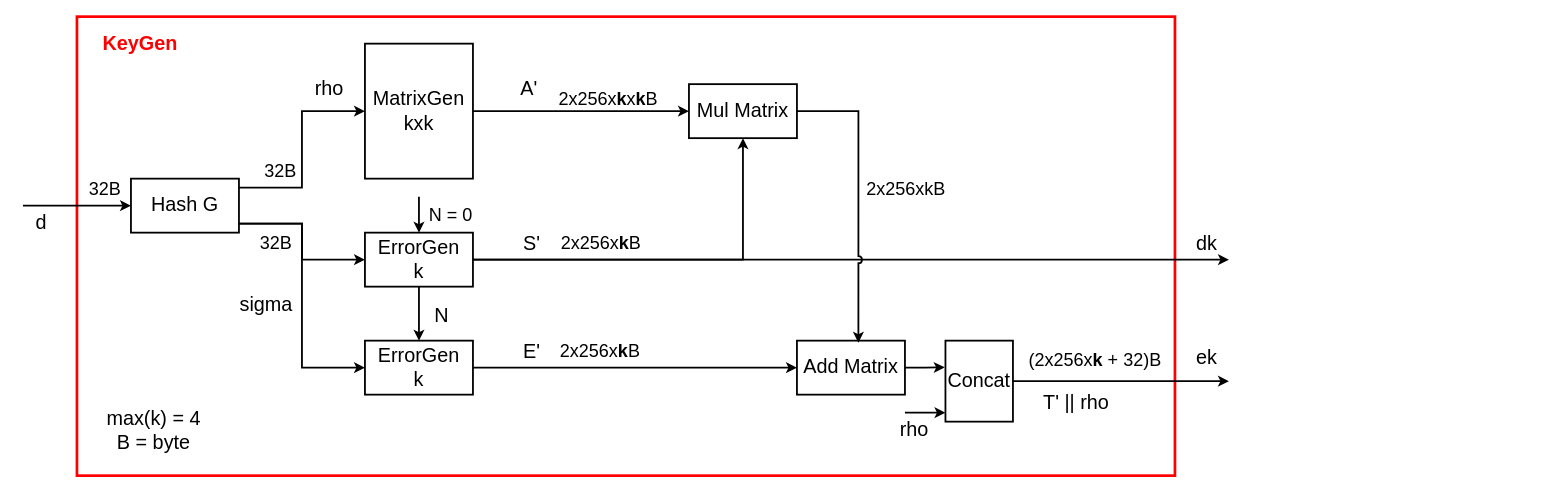
Winxkin/KyberV keeps this draw.io diagram as page "KeyGen" (2 of 4) of docs/design/KyberV.drawio. Above is the earlier version. Source tidied: cells renumbered, new cells numbered last; positions are measured from the earlier drawing's top-left corner, leaving out a move shared by most shapes. Both pictures are drawn from the tidied source at 90%, with x=0, y=0 at pixel (22, 16).
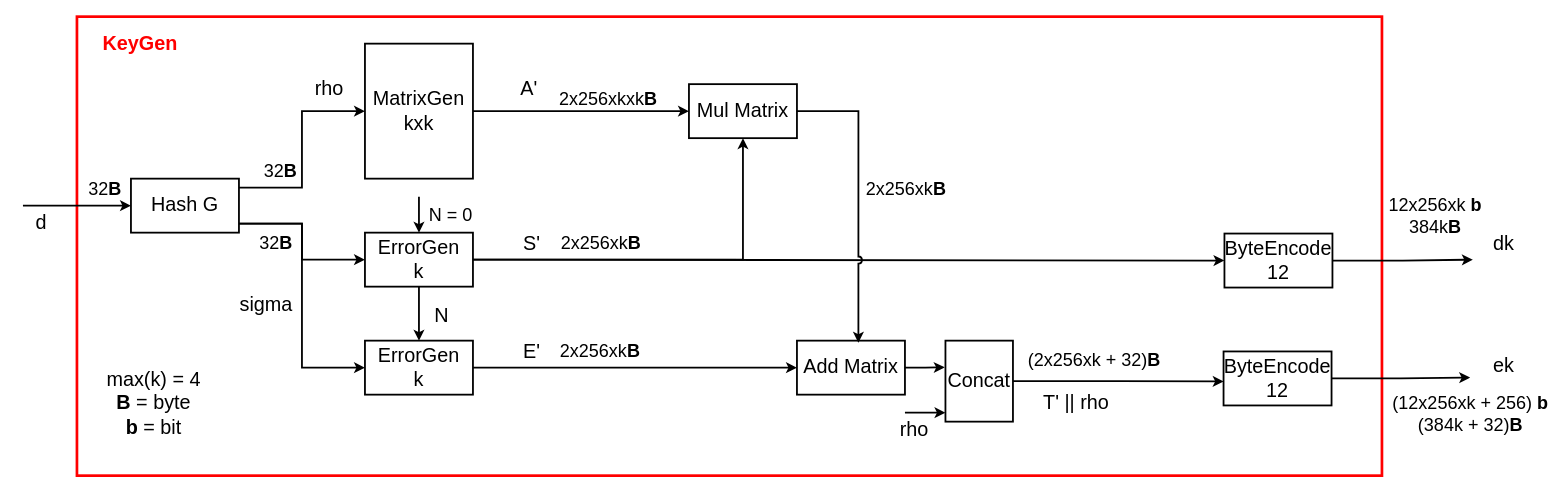
The same page after the edit.

Unchanged cells that the change refers to:
```xml
<mxCell id="3" style="edgeStyle=orthogonalEdgeStyle;rounded=0;jettySize=auto;html=1;entryX=0;entryY=0.5;entryDx=0;entryDy=0;strokeWidth=2;" parent="1" edge="1" source="10" target="13">
  <mxGeometry relative="1" as="geometry">
    <Array as="points">
      <mxPoint x="310" y="190" />
      <mxPoint x="310" y="105" />
    </Array>
  </mxGeometry>
</mxCell>
<mxCell id="5" style="edgeStyle=orthogonalEdgeStyle;rounded=0;jettySize=auto;html=1;endArrow=none;endFill=0;startArrow=classic;startFill=1;strokeWidth=2;" parent="1" edge="1" source="10">
  <mxGeometry relative="1" as="geometry">
    <mxPoint y="210" as="targetPoint" />
  </mxGeometry>
</mxCell>
<mxCell id="7" style="edgeStyle=orthogonalEdgeStyle;rounded=0;jettySize=auto;html=1;entryX=0;entryY=0.5;entryDx=0;entryDy=0;strokeWidth=2;" parent="1" edge="1" source="10" target="19">
  <mxGeometry relative="1" as="geometry">
    <Array as="points">
      <mxPoint x="310" y="230" />
      <mxPoint x="310" y="270" />
    </Array>
  </mxGeometry>
</mxCell>
<mxCell id="11" style="edgeStyle=orthogonalEdgeStyle;rounded=0;jettySize=auto;html=1;entryX=0;entryY=0.5;entryDx=0;entryDy=0;strokeWidth=2;" parent="1" edge="1" source="13" target="25">
  <mxGeometry relative="1" as="geometry" />
</mxCell>
<mxCell id="16" style="edgeStyle=orthogonalEdgeStyle;rounded=0;jettySize=auto;html=1;entryX=0.5;entryY=1;entryDx=0;entryDy=0;strokeWidth=2;" parent="1" edge="1" source="19" target="25">
  <mxGeometry relative="1" as="geometry" />
</mxCell>
<mxCell id="19" value="&lt;span style=&quot;font-size: 22px;&quot;&gt;ErrorGen&lt;/span&gt;&lt;div&gt;&lt;span style=&quot;font-size: 22px;&quot;&gt;k&lt;/span&gt;&lt;/div&gt;" style="rounded=0;whiteSpace=wrap;html=1;strokeWidth=2;" parent="1" vertex="1">
  <mxGeometry x="380" y="240" width="120" height="60" as="geometry" />
</mxCell>
<mxCell id="20" style="edgeStyle=orthogonalEdgeStyle;rounded=0;jettySize=auto;html=1;entryX=0;entryY=0.5;entryDx=0;entryDy=0;strokeWidth=2;" parent="1" edge="1" source="22" target="31">
  <mxGeometry relative="1" as="geometry" />
</mxCell>
<mxCell id="32" style="edgeStyle=orthogonalEdgeStyle;rounded=0;jettySize=auto;html=1;entryX=0.569;entryY=0.039;entryDx=0;entryDy=0;entryPerimeter=0;strokeWidth=2;jumpStyle=arc;" parent="1" edge="1" source="25" target="31">
  <mxGeometry relative="1" as="geometry">
    <Array as="points">
      <mxPoint x="928" y="105" />
    </Array>
  </mxGeometry>
</mxCell>
<mxCell id="39" value="&lt;font style=&quot;font-size: 22px;&quot;&gt;Concat&lt;/font&gt;" style="rounded=0;whiteSpace=wrap;html=1;strokeWidth=2;" parent="1" vertex="1">
  <mxGeometry x="1025" y="360" width="75" height="90" as="geometry" />
</mxCell>
```

The edit, as a diff of the source:
```diff
@@
     <mxCell id="2" style="rounded=0;whiteSpace=wrap;html=1;strokeWidth=3;strokeColor=#FF0000;" parent="1" vertex="1">
-      <mxGeometry x="60" width="1220" height="510" as="geometry" />
+      <mxGeometry x="60" width="1450" height="510" as="geometry" />
     </mxCell>
@@
-    <mxCell id="4" value="&lt;font style=&quot;font-size: 20px;&quot;&gt;32B&lt;/font&gt;" style="edgeLabel;html=1;align=center;verticalAlign=middle;" parent="3" vertex="1">
+    <mxCell id="4" value="&lt;font style=&quot;font-size: 20px;&quot;&gt;32&lt;b&gt;B&lt;/b&gt;&lt;/font&gt;" style="edgeLabel;html=1;align=center;verticalAlign=middle;" parent="3" vertex="1">
       <mxGeometry x="-0.6" relative="1" as="geometry">
         <mxPoint y="-20" as="offset" />
       </mxGeometry>
     </mxCell>
@@
-    <mxCell id="6" value="&lt;font style=&quot;font-size: 20px;&quot;&gt;32B&lt;/font&gt;" style="edgeLabel;html=1;align=center;verticalAlign=middle;" parent="5" vertex="1">
+    <mxCell id="6" value="&lt;font style=&quot;font-size: 20px;&quot;&gt;32&lt;b&gt;B&lt;/b&gt;&lt;/font&gt;" style="edgeLabel;html=1;align=center;verticalAlign=middle;" parent="5" vertex="1">
       <mxGeometry x="0.21" y="-2" relative="1" as="geometry">
         <mxPoint x="43" y="-18" as="offset" />
       </mxGeometry>
     </mxCell>
@@
-    <mxCell id="8" value="&lt;font style=&quot;font-size: 20px;&quot;&gt;32B&lt;/font&gt;" style="edgeLabel;html=1;align=center;verticalAlign=middle;" parent="7" vertex="1">
+    <mxCell id="8" value="&lt;font style=&quot;font-size: 20px;&quot;&gt;32&lt;b&gt;B&lt;/b&gt;&lt;/font&gt;" style="edgeLabel;html=1;align=center;verticalAlign=middle;" parent="7" vertex="1">
       <mxGeometry x="-0.56" y="-3" relative="1" as="geometry">
         <mxPoint y="17" as="offset" />
       </mxGeometry>
     </mxCell>
@@
-    <mxCell id="12" value="&lt;font style=&quot;font-size: 20px;&quot;&gt;2x256x&lt;b&gt;k&lt;/b&gt;x&lt;b&gt;k&lt;/b&gt;B&lt;/font&gt;" style="edgeLabel;html=1;align=center;verticalAlign=middle;" parent="11" vertex="1">
+    <mxCell id="12" value="&lt;font style=&quot;font-size: 20px;&quot;&gt;2x256xkxk&lt;b&gt;B&lt;/b&gt;&lt;/font&gt;" style="edgeLabel;html=1;align=center;verticalAlign=middle;" parent="11" vertex="1">
       <mxGeometry x="0.01" y="1" relative="1" as="geometry">
         <mxPoint x="28" y="-14" as="offset" />
       </mxGeometry>
     </mxCell>
@@
-    <mxCell id="17" value="&lt;font style=&quot;font-size: 20px;&quot;&gt;2x256x&lt;b&gt;k&lt;/b&gt;B&lt;/font&gt;" style="edgeLabel;html=1;align=center;verticalAlign=middle;" parent="16" vertex="1">
+    <mxCell id="17" value="&lt;font style=&quot;font-size: 20px;&quot;&gt;2x256xk&lt;b&gt;B&lt;/b&gt;&lt;/font&gt;" style="edgeLabel;html=1;align=center;verticalAlign=middle;" parent="16" vertex="1">
       <mxGeometry x="-0.35" y="1" relative="1" as="geometry">
         <mxPoint y="-19" as="offset" />
       </mxGeometry>
     </mxCell>
-    <mxCell id="18" style="edgeStyle=orthogonalEdgeStyle;rounded=0;jettySize=auto;html=1;jumpStyle=line;strokeWidth=2;" parent="1" edge="1" source="19">
-      <mxGeometry relative="1" as="geometry">
-        <mxPoint x="1340" y="270" as="targetPoint" />
-      </mxGeometry>
+    <mxCell id="18" style="edgeStyle=orthogonalEdgeStyle;rounded=0;jettySize=auto;html=1;jumpStyle=line;strokeWidth=2;entryX=0;entryY=0.5;entryDx=0;entryDy=0;" parent="1" edge="1" source="19" target="48">
+      <mxGeometry relative="1" as="geometry" />
     </mxCell>
@@
-    <mxCell id="21" value="&lt;font style=&quot;font-size: 20px;&quot;&gt;2x256x&lt;b&gt;k&lt;/b&gt;B&lt;/font&gt;" style="edgeLabel;html=1;align=center;verticalAlign=middle;" parent="20" vertex="1">
+    <mxCell id="21" value="&lt;font style=&quot;font-size: 20px;&quot;&gt;2x256xk&lt;b&gt;B&lt;/b&gt;&lt;/font&gt;" style="edgeLabel;html=1;align=center;verticalAlign=middle;" parent="20" vertex="1">
       <mxGeometry x="-0.05" y="3" relative="1" as="geometry">
         <mxPoint x="-31" y="-17" as="offset" />
       </mxGeometry>
     </mxCell>
@@
-    <mxCell id="33" value="&lt;font style=&quot;font-size: 20px;&quot;&gt;2x256xkB&lt;/font&gt;" style="edgeLabel;html=1;align=center;verticalAlign=middle;" parent="32" vertex="1">
+    <mxCell id="33" value="&lt;font style=&quot;font-size: 20px;&quot;&gt;2x256xk&lt;b&gt;B&lt;/b&gt;&lt;/font&gt;" style="edgeLabel;html=1;align=center;verticalAlign=middle;" parent="32" vertex="1">
       <mxGeometry x="-0.76" y="-1" relative="1" as="geometry">
         <mxPoint x="81" y="84" as="offset" />
       </mxGeometry>
     </mxCell>
@@
     <mxCell id="35" value="&lt;font style=&quot;font-size: 22px;&quot;&gt;dk&lt;/font&gt;" style="text;html=1;align=center;verticalAlign=middle;strokeColor=none;fillColor=none;" parent="1" vertex="1">
-      <mxGeometry x="1290" y="233" width="50" height="40" as="geometry" />
+      <mxGeometry x="1620" y="233" width="50" height="40" as="geometry" />
     </mxCell>
-    <mxCell id="36" style="edgeStyle=orthogonalEdgeStyle;rounded=0;jettySize=auto;html=1;strokeWidth=2;" parent="1" edge="1" source="39">
-      <mxGeometry relative="1" as="geometry">
-        <mxPoint x="1340" y="405" as="targetPoint" />
-      </mxGeometry>
+    <mxCell id="36" style="edgeStyle=orthogonalEdgeStyle;rounded=0;jettySize=auto;html=1;strokeWidth=2;entryX=0.001;entryY=0.556;entryDx=0;entryDy=0;entryPerimeter=0;" parent="1" edge="1" source="39" target="51">
+      <mxGeometry relative="1" as="geometry" />
     </mxCell>
-    <mxCell id="37" value="&lt;font style=&quot;font-size: 20px;&quot;&gt;(2x256x&lt;b&gt;k&lt;/b&gt; + 32)B&lt;/font&gt;" style="edgeLabel;html=1;align=center;verticalAlign=middle;" parent="36" vertex="1">
+    <mxCell id="37" value="&lt;font style=&quot;font-size: 20px;&quot;&gt;(2x256xk + 32)&lt;b&gt;B&lt;/b&gt;&lt;/font&gt;" style="edgeLabel;html=1;align=center;verticalAlign=middle;" parent="36" vertex="1">
       <mxGeometry x="-0.61" y="2" relative="1" as="geometry">
         <mxPoint x="43" y="-23" as="offset" />
       </mxGeometry>
     </mxCell>
@@
     <mxCell id="41" value="&lt;font style=&quot;font-size: 22px;&quot;&gt;ek&lt;/font&gt;" style="text;html=1;align=center;verticalAlign=middle;strokeColor=none;fillColor=none;" parent="1" vertex="1">
-      <mxGeometry x="1290" y="360" width="50" height="40" as="geometry" />
+      <mxGeometry x="1620" y="368" width="50" height="40" as="geometry" />
     </mxCell>
@@
-    <mxCell id="44" value="&lt;font style=&quot;font-size: 22px;&quot;&gt;max(k) = 4&lt;br&gt;B = byte&lt;/font&gt;" style="text;html=1;align=center;verticalAlign=middle;strokeColor=none;fillColor=none;" parent="1" vertex="1">
-      <mxGeometry x="80" y="425" width="130" height="70" as="geometry" />
+    <mxCell id="44" value="&lt;font style=&quot;font-size: 22px;&quot;&gt;max(k) = 4&lt;br&gt;&lt;b&gt;B&lt;/b&gt; = byte&lt;/font&gt;&lt;div&gt;&lt;font style=&quot;font-size: 22px;&quot;&gt;&lt;b&gt;b&lt;/b&gt; = bit&lt;/font&gt;&lt;/div&gt;" style="text;html=1;align=center;verticalAlign=middle;strokeColor=none;fillColor=none;" parent="1" vertex="1">
+      <mxGeometry x="81" y="384" width="128" height="92" as="geometry" />
     </mxCell>
@@
+    <mxCell id="46" style="edgeStyle=orthogonalEdgeStyle;rounded=0;jettySize=auto;html=1;strokeWidth=2;" parent="1" edge="1" source="48">
+      <mxGeometry relative="1" as="geometry">
+        <mxPoint x="1611" y="270" as="targetPoint" />
+      </mxGeometry>
+    </mxCell>
+    <mxCell id="47" value="&lt;font style=&quot;font-size: 20px;&quot;&gt;12x256xk &lt;b&gt;b&lt;/b&gt;&lt;br&gt;384k&lt;b&gt;B&lt;/b&gt;&lt;/font&gt;" style="edgeLabel;html=1;align=center;verticalAlign=middle;" parent="46" vertex="1">
+      <mxGeometry x="0.16" y="-2" relative="1" as="geometry">
+        <mxPoint x="23" y="-52" as="offset" />
+      </mxGeometry>
+    </mxCell>
+    <mxCell id="48" value="&lt;font style=&quot;font-size: 22px;&quot;&gt;ByteEncode&lt;br&gt;12&lt;/font&gt;" style="rounded=0;whiteSpace=wrap;html=1;strokeWidth=2;" parent="1" vertex="1">
+      <mxGeometry x="1335" y="241" width="120" height="60" as="geometry" />
+    </mxCell>
+    <mxCell id="49" style="edgeStyle=orthogonalEdgeStyle;rounded=0;jettySize=auto;html=1;strokeWidth=2;" parent="1" edge="1" source="51">
+      <mxGeometry relative="1" as="geometry">
+        <mxPoint x="1608" y="401" as="targetPoint" />
+      </mxGeometry>
+    </mxCell>
+    <mxCell id="50" value="&lt;font style=&quot;font-size: 20px;&quot;&gt;(12x256xk + 256) &lt;b&gt;b&lt;/b&gt;&lt;br&gt;(384k + 32)&lt;b&gt;B&lt;/b&gt;&lt;/font&gt;" style="edgeLabel;html=1;align=center;verticalAlign=middle;" parent="49" vertex="1">
+      <mxGeometry x="0.22" y="3" relative="1" as="geometry">
+        <mxPoint x="60" y="42" as="offset" />
+      </mxGeometry>
+    </mxCell>
+    <mxCell id="51" value="&lt;font style=&quot;font-size: 22px;&quot;&gt;ByteEncode&lt;br&gt;12&lt;/font&gt;" style="rounded=0;whiteSpace=wrap;html=1;strokeWidth=2;" parent="1" vertex="1">
+      <mxGeometry x="1334" y="372" width="120" height="60" as="geometry" />
+    </mxCell>
```
